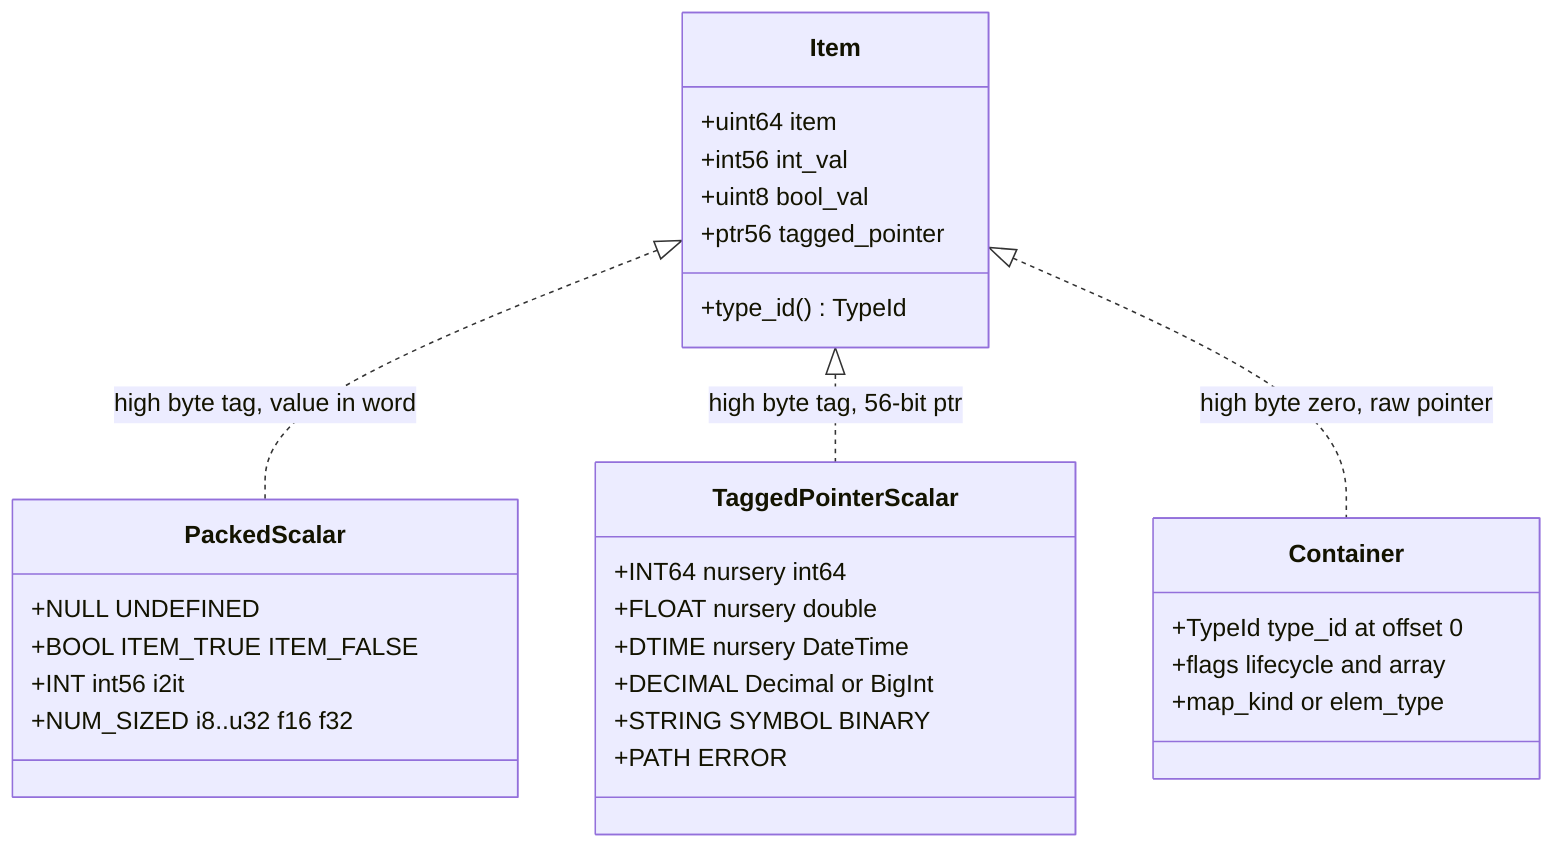
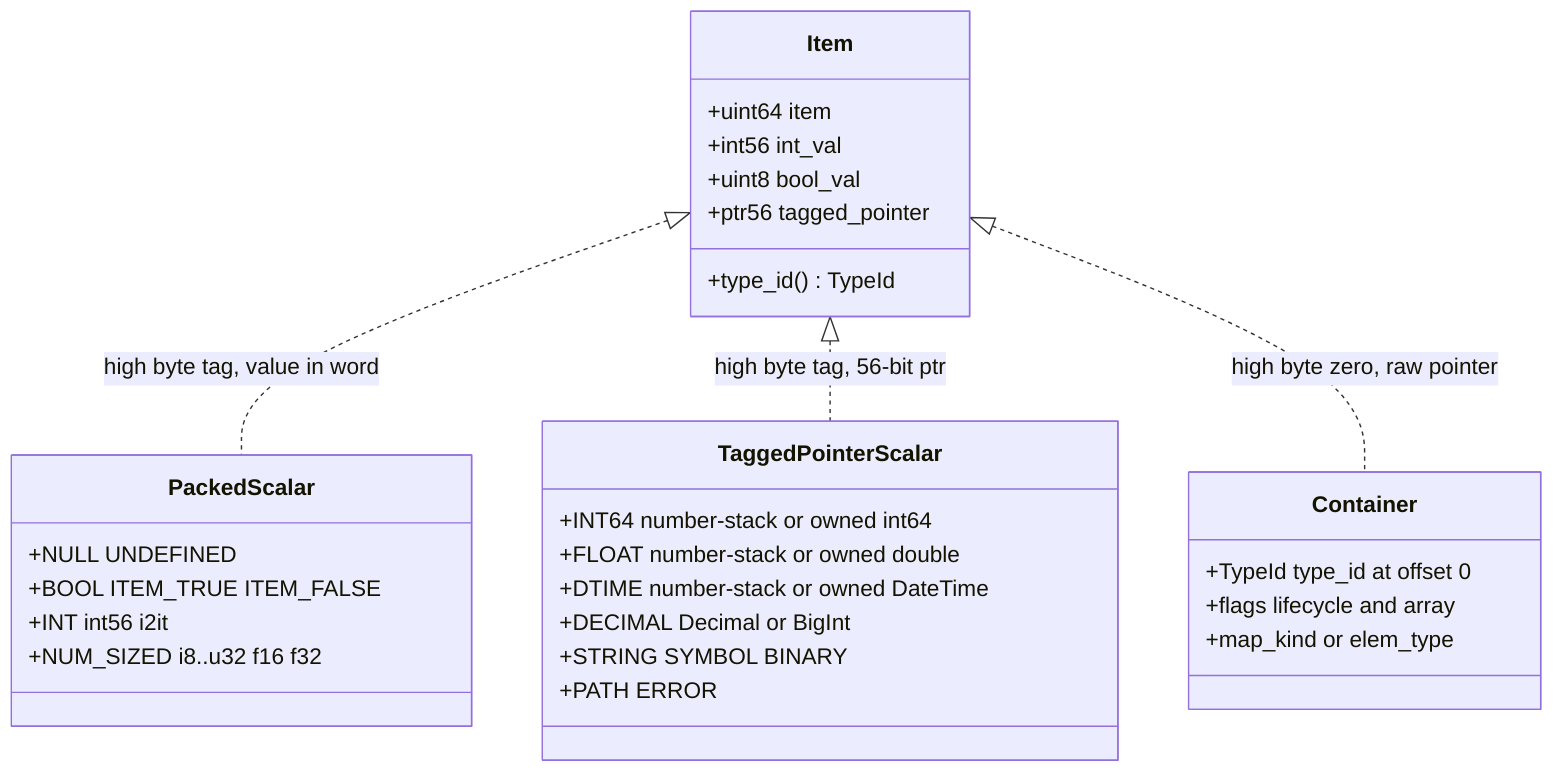
classDiagram
  class Item {
    +uint64 item
    +int56 int_val
    +uint8 bool_val
    +ptr56 tagged_pointer
    +type_id() TypeId
  }
  class PackedScalar {
    +NULL UNDEFINED
    +BOOL ITEM_TRUE ITEM_FALSE
    +INT int56 i2it
    +NUM_SIZED i8..u32 f16 f32
  }
  class TaggedPointerScalar {
-     +INT64 nursery int64
-     +FLOAT nursery double
-     +DTIME nursery DateTime
+     +INT64 number-stack or owned int64
+     +FLOAT number-stack or owned double
+     +DTIME number-stack or owned DateTime
    +DECIMAL Decimal or BigInt
    +STRING SYMBOL BINARY
    +PATH ERROR
  }
  class Container {
    +TypeId type_id at offset 0
    +flags lifecycle and array
    +map_kind or elem_type
  }
  Item <|.. PackedScalar : high byte tag, value in word
  Item <|.. TaggedPointerScalar : high byte tag, 56-bit ptr
  Item <|.. Container : high byte zero, raw pointer
